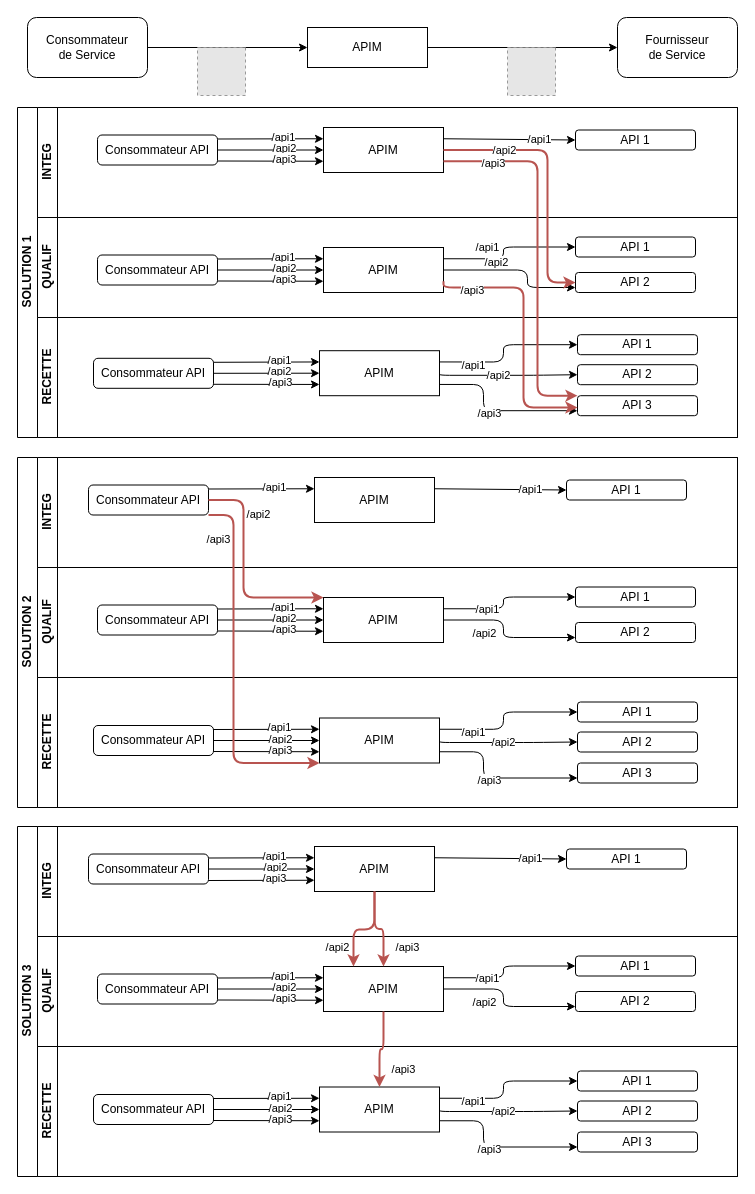
The draw.io diagram environnement-api.drawio in vdupain/draw.io, before the edit. Source tidied: cells renumbered, new cells numbered last; positions are measured from the earlier drawing's top-left corner, leaving out a move shared by most shapes. Both pictures are drawn from the tidied source at 100%, with x=0, y=0 at pixel (17, 17). Pictures stored in the file or linked from it are replaced by grey dashed boxes.
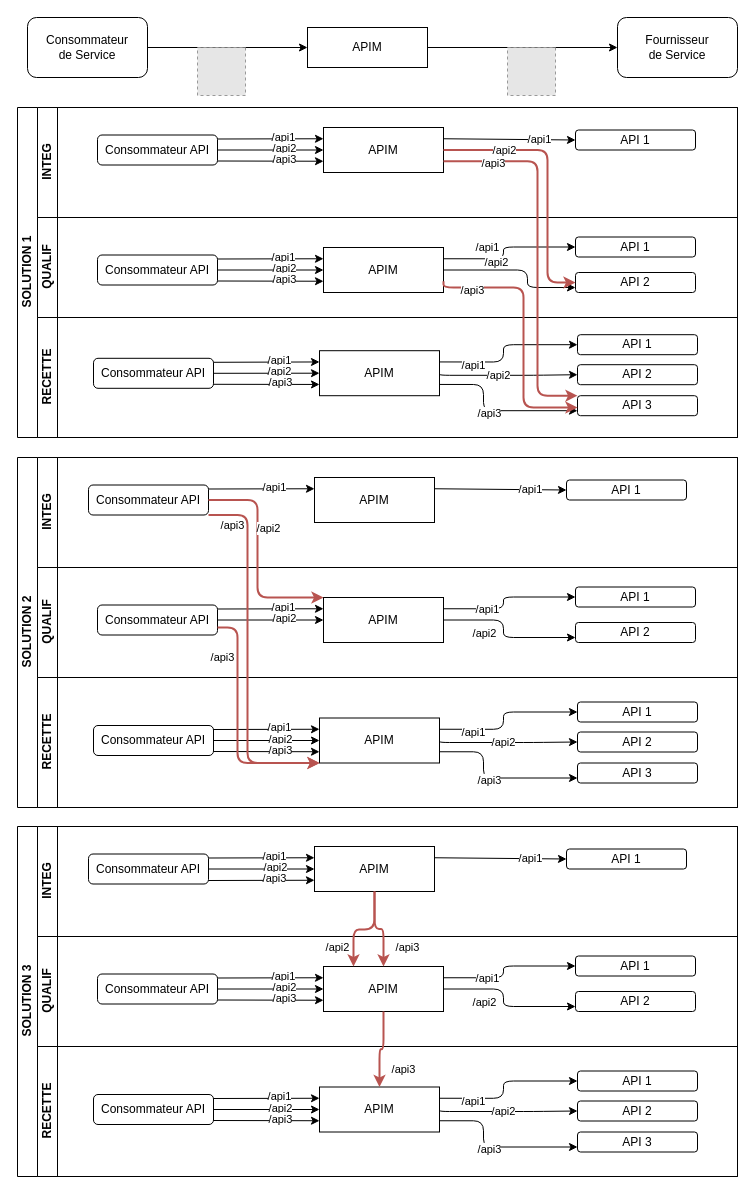
Above is the later version.

Unchanged cells that the change refers to:
```xml
<mxCell id="59" value="SOLUTION 2" style="swimlane;html=1;horizontal=0;startSize=20;" parent="1" vertex="1">
  <mxGeometry y="440" width="720" height="350" as="geometry" />
</mxCell>
<mxCell id="61" value="&lt;div&gt;Consommateur API&lt;br&gt;&lt;/div&gt;" style="rounded=1;whiteSpace=wrap;html=1;" parent="60" vertex="1">
  <mxGeometry x="51" y="27.5" width="120" height="30" as="geometry" />
</mxCell>
<mxCell id="68" value="QUALIF" style="swimlane;html=1;startSize=20;horizontal=0;" parent="59" vertex="1">
  <mxGeometry x="20" y="110" width="700" height="110" as="geometry" />
</mxCell>
<mxCell id="75" value="&lt;div&gt;Consommateur API&lt;br&gt;&lt;/div&gt;" style="rounded=1;whiteSpace=wrap;html=1;" parent="68" vertex="1">
  <mxGeometry x="60" y="37.5" width="120" height="30" as="geometry" />
</mxCell>
<mxCell id="76" value="APIM" style="rounded=0;whiteSpace=wrap;html=1;" parent="68" vertex="1">
  <mxGeometry x="286" y="30" width="120" height="45" as="geometry" />
</mxCell>
<mxCell id="94" value="APIM" style="rounded=0;whiteSpace=wrap;html=1;" parent="83" vertex="1">
  <mxGeometry x="282" y="40.5" width="120" height="45" as="geometry" />
</mxCell>
```

What changed in the source:
```diff
@@
-    <mxCell id="81" style="endArrow=classic;html=1;entryX=0;entryY=0.75;entryDx=0;entryDy=0;" parent="68" edge="1" target="76">
-      <mxGeometry relative="1" as="geometry">
-        <mxPoint x="180" y="63.5" as="sourcePoint" />
-      </mxGeometry>
-    </mxCell>
-    <mxCell id="82" value="/api3" style="edgeLabel;html=1;align=center;verticalAlign=middle;" parent="81" vertex="1">
-      <mxGeometry x="0.24" y="2" relative="1" as="geometry" />
-    </mxCell>
@@
     <mxCell id="101" style="endArrow=classic;html=1;entryX=0;entryY=0;entryDx=0;entryDy=0;exitX=1;exitY=0.5;exitDx=0;exitDy=0;edgeStyle=orthogonalEdgeStyle;strokeWidth=2;fillColor=#f8cecc;strokeColor=#b85450;" parent="59" edge="1" source="61" target="76">
       <mxGeometry relative="1" as="geometry">
         <Array as="points">
-          <mxPoint x="226" y="43" />
-          <mxPoint x="226" y="140" />
+          <mxPoint x="240" y="43" />
+          <mxPoint x="240" y="140" />
         </Array>
       </mxGeometry>
     </mxCell>
     <mxCell id="102" value="/api2" style="edgeLabel;html=1;align=center;verticalAlign=middle;" parent="101" vertex="1">
       <mxGeometry x="0.24" y="2" relative="1" as="geometry">
-        <mxPoint x="12" y="-83.5" as="offset" />
+        <mxPoint x="8" y="-55" as="offset" />
       </mxGeometry>
     </mxCell>
     <mxCell id="103" style="endArrow=classic;html=1;entryX=0;entryY=1;entryDx=0;entryDy=0;edgeStyle=orthogonalEdgeStyle;fillColor=#f8cecc;strokeColor=#b85450;strokeWidth=2;exitX=1;exitY=1;exitDx=0;exitDy=0;" parent="59" edge="1" source="61" target="94">
       <mxGeometry relative="1" as="geometry">
         <Array as="points">
-          <mxPoint x="216" y="58" />
-          <mxPoint x="216" y="306" />
+          <mxPoint x="230" y="58" />
+          <mxPoint x="230" y="306" />
         </Array>
       </mxGeometry>
     </mxCell>
@@
+    <mxCell id="156" style="endArrow=classic;html=1;entryX=0;entryY=1;entryDx=0;entryDy=0;edgeStyle=orthogonalEdgeStyle;fillColor=#f8cecc;strokeColor=#b85450;strokeWidth=2;exitX=1;exitY=0.75;exitDx=0;exitDy=0;" parent="1" edge="1" source="75">
+      <mxGeometry relative="1" as="geometry">
+        <mxPoint x="302" y="745.5" as="targetPoint" />
+        <Array as="points">
+          <mxPoint x="220" y="610" />
+          <mxPoint x="220" y="746" />
+        </Array>
+      </mxGeometry>
+    </mxCell>
+    <mxCell id="82" value="/api3" style="edgeLabel;html=1;align=center;verticalAlign=middle;" parent="156" vertex="1">
+      <mxGeometry x="0.24" y="2" relative="1" as="geometry">
+        <mxPoint x="-18" y="-97.1" as="offset" />
+      </mxGeometry>
+    </mxCell>
```
